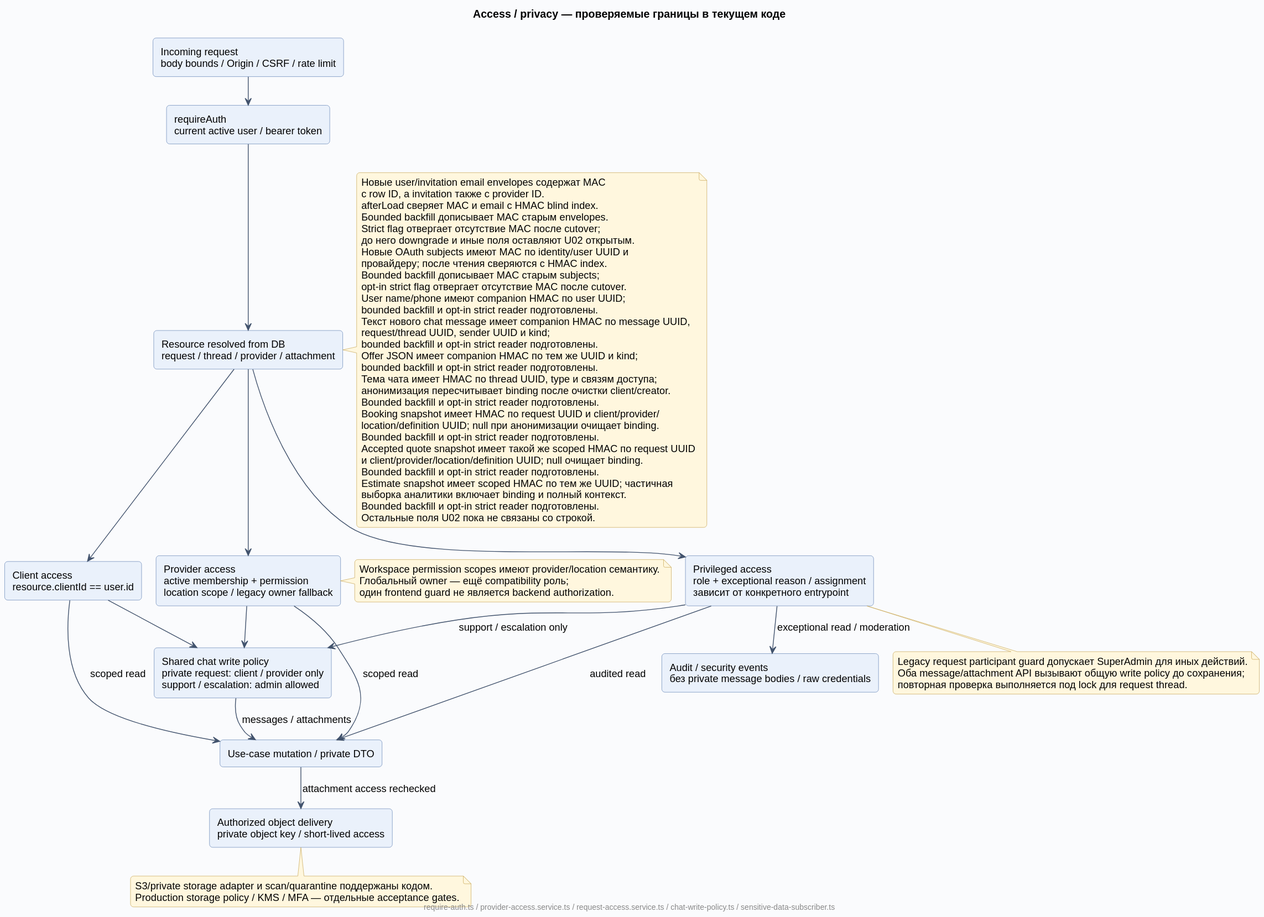
This is docs/diagrams/rendered/09-access-privacy.svg from Dima163163/auto-care-hub, a PlantUML export, as it was before one commit. Its diagram source:
```plantuml
@startuml
!include _style.puml
title Access / privacy — проверяемые границы в текущем коде
top to bottom direction
component "Incoming request\nbody bounds / Origin / CSRF / rate limit" as Input
component "requireAuth\ncurrent active user / bearer token" as Auth
component "Resource resolved from DB\nrequest / thread / provider / attachment" as Resource
component "Client access\nresource.clientId == user.id" as Client
component "Provider access\nactive membership + permission\nlocation scope / legacy owner fallback" as Provider
component "Privileged access\nrole + exceptional reason / assignment\nзависит от конкретного entrypoint" as Admin
component "Shared chat write policy\nprivate request: client / provider only\nsupport / escalation: admin allowed" as ChatWrite
component "Use-case mutation / private DTO" as Result
component "Authorized object delivery\nprivate object key / short-lived access" as Object
component "Audit / security events\nбез private message bodies / raw credentials" as Audit
Input --> Auth
Auth --> Resource
Resource --> Client
Resource --> Provider
Resource --> Admin
Client --> Result : scoped read
Provider --> Result : scoped read
Admin --> Result : audited read
Client --> ChatWrite
Provider --> ChatWrite
Admin --> ChatWrite : support / escalation only
ChatWrite --> Result : messages / attachments
Result --> Object : attachment access rechecked
Admin --> Audit : exceptional read / moderation
note right of Provider
  Workspace permission scopes имеют provider/location семантику.
  Глобальный owner — ещё compatibility роль;
  один frontend guard не является backend authorization.
end note
note right of Resource
  Новые user/invitation email envelopes содержат MAC
  с row ID, а invitation также с provider ID.
  afterLoad сверяет MAC и email с HMAC blind index.
  Бounded backfill дописывает MAC старым envelopes.
  Strict flag отвергает отсутствие MAC после cutover;
  до него downgrade и иные поля оставляют U02 открытым.
  Новые OAuth subjects имеют MAC по identity/user UUID и
  провайдеру; после чтения сверяются с HMAC index.
  Bounded backfill дописывает MAC старым subjects;
  opt-in strict flag отвергает отсутствие MAC после cutover.
  User name/phone имеют companion HMAC по user UUID;
  bounded backfill и opt-in strict reader подготовлены.
  Текст нового chat message имеет companion HMAC по message UUID,
  request/thread UUID, sender UUID и kind;
  bounded backfill и opt-in strict reader подготовлены.
  Offer JSON имеет companion HMAC по тем же UUID и kind;
  bounded backfill и opt-in strict reader подготовлены.
  Тема чата имеет HMAC по thread UUID, type и связям доступа;
  анонимизация пересчитывает binding после очистки client/creator.
  Bounded backfill и opt-in strict reader подготовлены.
  Booking snapshot имеет HMAC по request UUID и client/provider/
  location/definition UUID; null при анонимизации очищает binding.
  Bounded backfill и opt-in strict reader подготовлены.
  Accepted quote snapshot имеет такой же scoped HMAC по request UUID
  и client/provider/location/definition UUID; null очищает binding.
  Bounded backfill и opt-in strict reader подготовлены.
  Estimate snapshot имеет scoped HMAC по тем же UUID; частичная
  выборка аналитики включает binding и полный контекст.
  Bounded backfill и opt-in strict reader подготовлены.
  Остальные поля U02 пока не связаны со строкой.
end note
note bottom of Admin
  Legacy request participant guard допускает SuperAdmin для иных действий.
  Оба message/attachment API вызывают общую write policy до сохранения;
  повторная проверка выполняется под lock для request thread.
end note
note bottom of Object
  S3/private storage adapter и scan/quarantine поддержаны кодом.
  Production storage policy / KMS / MFA — отдельные acceptance gates.
end note
footer require-auth.ts / provider-access.service.ts / request-access.service.ts / chat-write-policy.ts / sensitive-data-subscriber.ts
@enduml
```
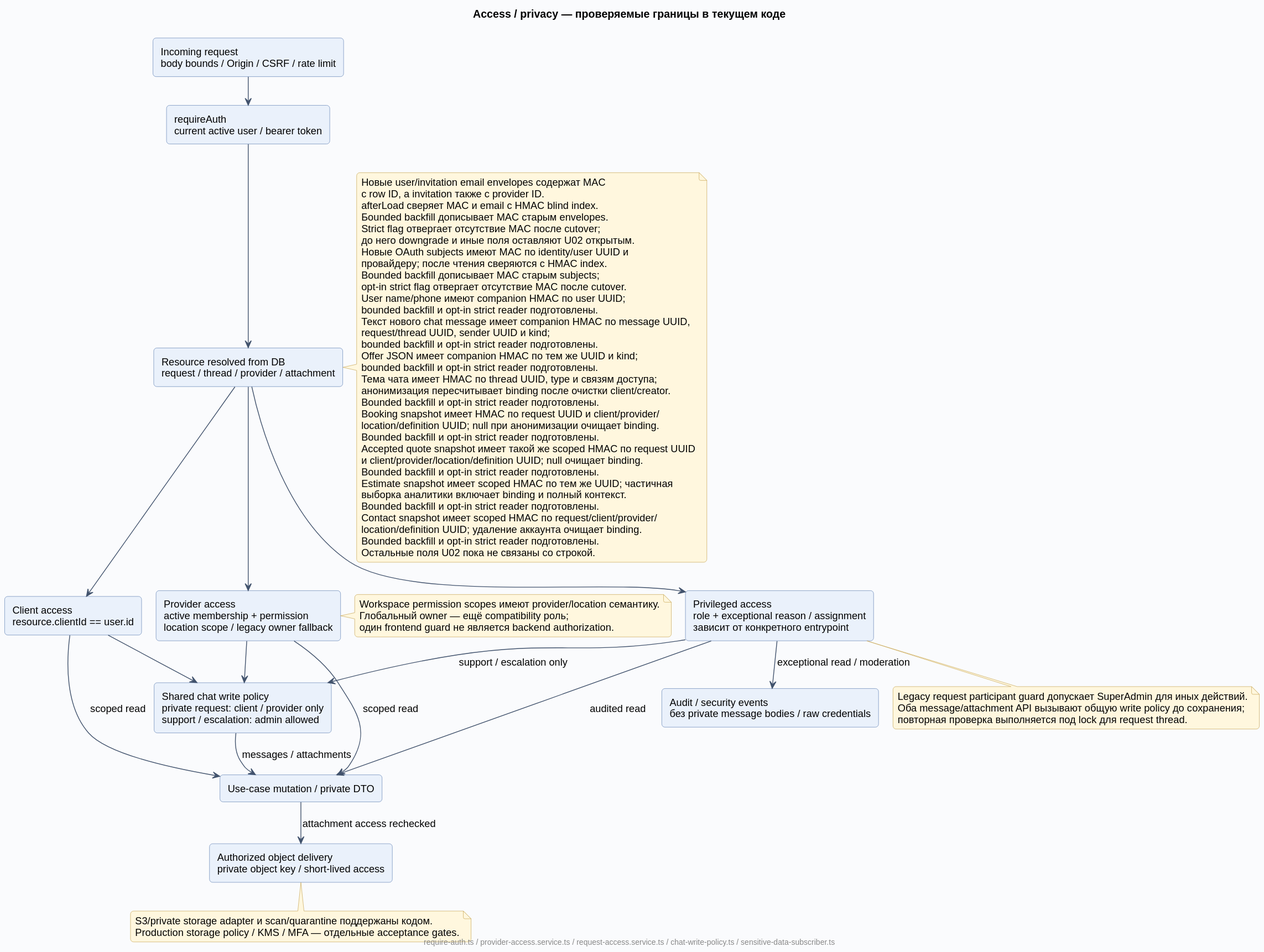
Later version of the same file.

Diff of the diagram source:
```diff
@@ -61,6 +61,9 @@
   Estimate snapshot имеет scoped HMAC по тем же UUID; частичная
   выборка аналитики включает binding и полный контекст.
   Bounded backfill и opt-in strict reader подготовлены.
+  Contact snapshot имеет scoped HMAC по request/client/provider/
+  location/definition UUID; удаление аккаунта очищает binding.
+  Bounded backfill и opt-in strict reader подготовлены.
   Остальные поля U02 пока не связаны со строкой.
 end note
 note bottom of Admin
```
